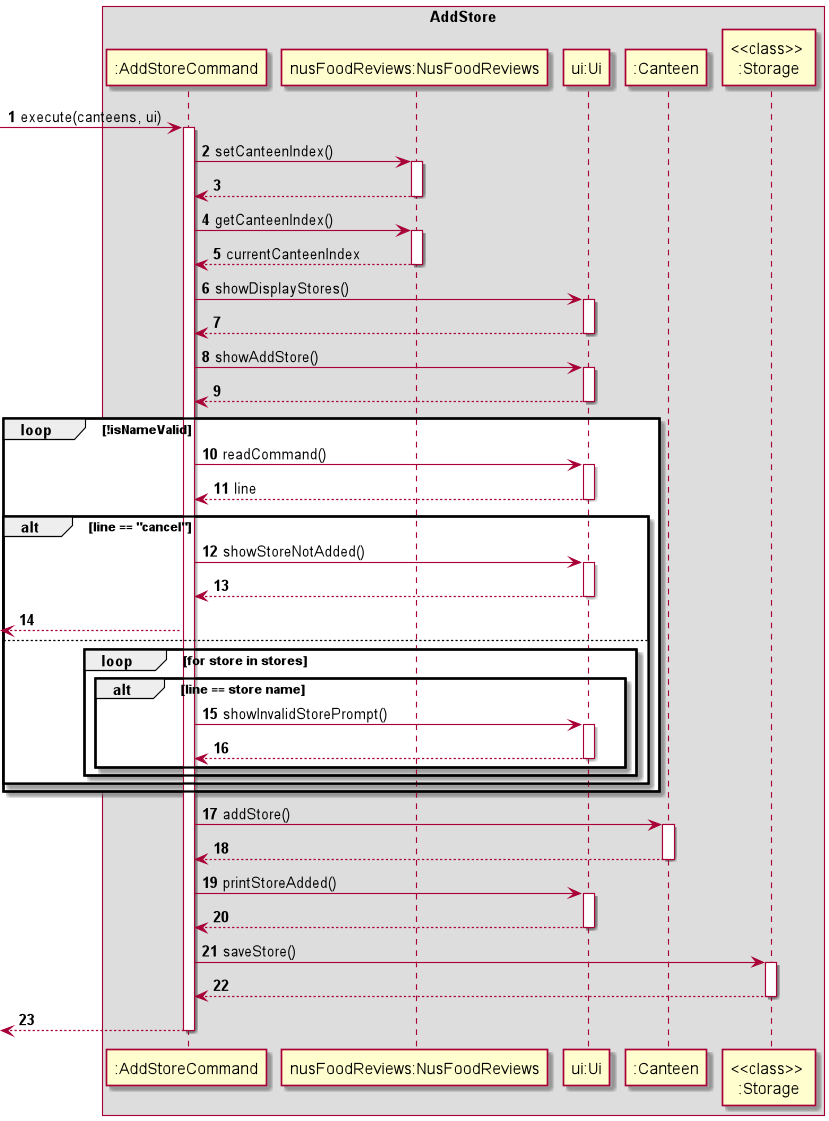
nus-cs2113-AY2021S2/tp keeps this PlantUML diagram as docs/img/AddStore.png. Above is the earlier version.
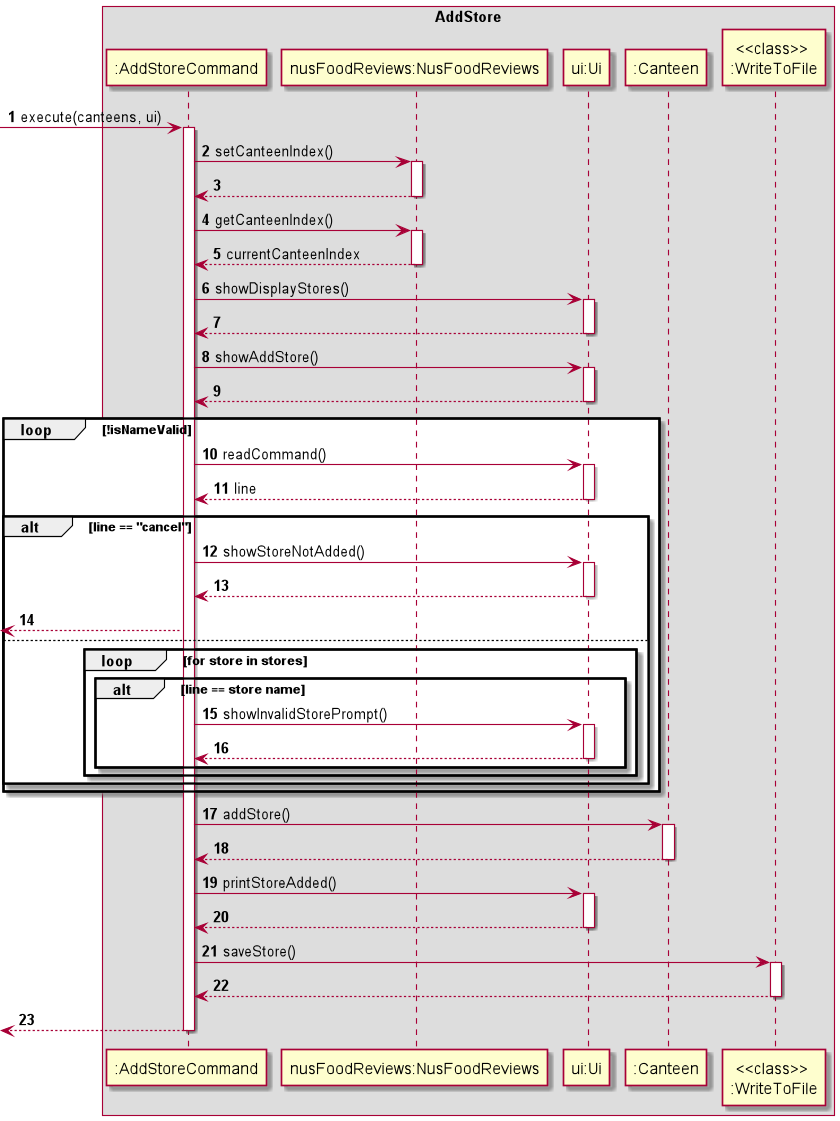
The same diagram one commit later.

What changed in the source:
```diff
@@ -61,10 +61,10 @@
 "ui:Ui" --> ":AddStoreCommand"
 deactivate "ui:Ui"
 
-":AddStoreCommand" -> "<<class>> \n:Storage" : saveStore()
-activate "<<class>> \n:Storage"
-"<<class>> \n:Storage" --> ":AddStoreCommand"
-deactivate "<<class>> \n:Storage"
+":AddStoreCommand" -> "<<class>> \n:WriteToFile" : saveStore()
+activate "<<class>> \n:WriteToFile"
+"<<class>> \n:WriteToFile" --> ":AddStoreCommand"
+deactivate "<<class>> \n:WriteToFile"
 
 <-- ":AddStoreCommand"
 deactivate ":AddStoreCommand"
```
